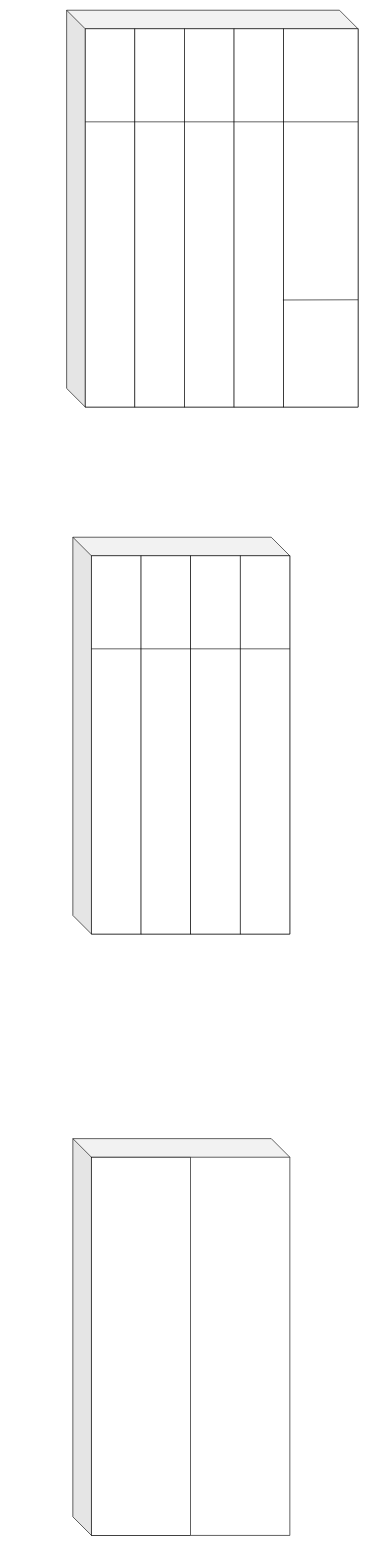
The draw.io diagram 162806-robe.drawio in gurenGithub/ddd, before the edit. Source tidied: cells renumbered, new cells numbered last; positions are measured from the earlier drawing's top-left corner, leaving out a move shared by most shapes. Both pictures are drawn from the tidied source at 62%, with x=0, y=0 at pixel (66, 10).
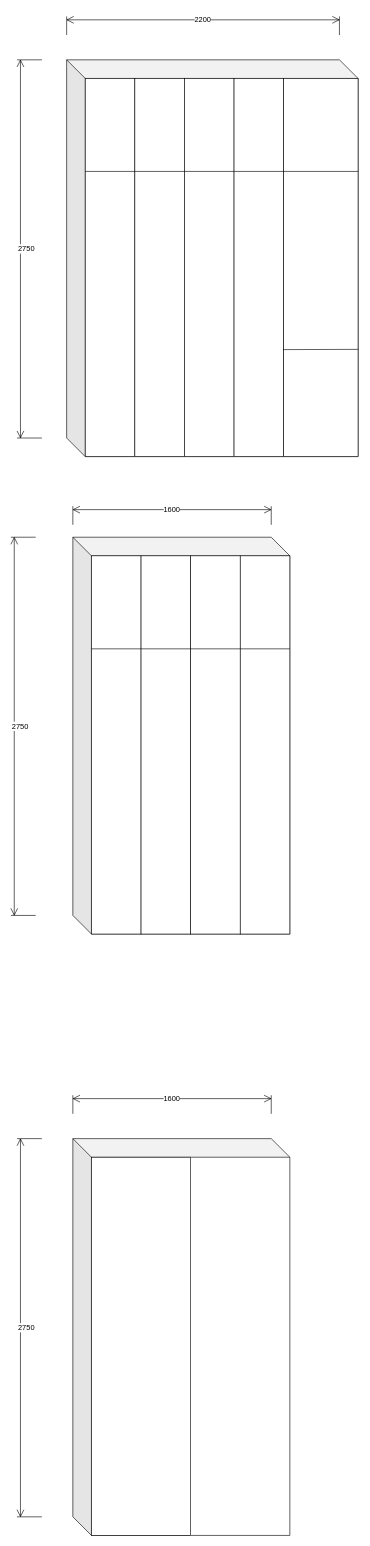
The same page after the edit.

Change to the diagram source:
```diff
@@
     <mxCell id="2" style="shape=cube;whiteSpace=wrap;html=1;boundedLbl=1;backgroundOutline=1;darkOpacity=0.05;darkOpacity2=0.1;size=30;" parent="1" vertex="1">
-      <mxGeometry width="470" height="640" as="geometry" />
+      <mxGeometry y="80" width="470" height="640" as="geometry" />
     </mxCell>
     <mxCell id="3" style="rounded=0;whiteSpace=wrap;html=1;" parent="1" vertex="1">
-      <mxGeometry x="30" y="30" width="80" height="610" as="geometry" />
+      <mxGeometry x="30" y="110" width="80" height="610" as="geometry" />
     </mxCell>
     <mxCell id="4" style="rounded=0;whiteSpace=wrap;html=1;" parent="1" vertex="1">
-      <mxGeometry x="110" y="30" width="80" height="610" as="geometry" />
+      <mxGeometry x="110" y="110" width="80" height="610" as="geometry" />
     </mxCell>
     <mxCell id="5" style="rounded=0;whiteSpace=wrap;html=1;" parent="1" vertex="1">
-      <mxGeometry x="190" y="30" width="80" height="610" as="geometry" />
+      <mxGeometry x="190" y="110" width="80" height="610" as="geometry" />
     </mxCell>
     <mxCell id="6" style="rounded=0;whiteSpace=wrap;html=1;" parent="1" vertex="1">
-      <mxGeometry x="270" y="30" width="80" height="610" as="geometry" />
+      <mxGeometry x="270" y="110" width="80" height="610" as="geometry" />
     </mxCell>
     <mxCell id="7" style="rounded=0;whiteSpace=wrap;html=1;" parent="1" vertex="1">
-      <mxGeometry x="350" y="30" width="120" height="610" as="geometry" />
+      <mxGeometry x="350" y="110" width="120" height="610" as="geometry" />
     </mxCell>
     <mxCell id="8" style="endArrow=none;html=1;" parent="1" edge="1">
       <mxGeometry relative="1" as="geometry">
-        <mxPoint x="30" y="180" as="sourcePoint" />
-        <mxPoint x="470" y="180" as="targetPoint" />
+        <mxPoint x="30" y="260" as="sourcePoint" />
+        <mxPoint x="470" y="260" as="targetPoint" />
       </mxGeometry>
     </mxCell>
     <mxCell id="9" style="endArrow=none;html=1;exitX=-0.01;exitY=0.717;exitDx=0;exitDy=0;exitPerimeter=0;" parent="1" edge="1" source="7">
       <mxGeometry relative="1" as="geometry">
-        <mxPoint x="470" y="467" as="targetPoint" />
+        <mxPoint x="470" y="547" as="targetPoint" />
       </mxGeometry>
     </mxCell>
@@
+    <mxCell id="18" value="2200" style="shape=dimension;direction=west;whiteSpace=wrap;html=1;align=center;verticalAlign=top;spacingTop=-8;labelBackgroundColor=#ffffff;" parent="1" vertex="1">
+      <mxGeometry y="10" width="440" height="30" as="geometry" />
+    </mxCell>
+    <mxCell id="19" value="2750" style="shape=dimension;direction=south;whiteSpace=wrap;html=1;align=left;verticalAlign=middle;labelBackgroundColor=#ffffff;" parent="1" vertex="1">
+      <mxGeometry x="-80" y="80" width="40" height="610" as="geometry" />
+    </mxCell>
+    <mxCell id="20" value="2750" style="shape=dimension;direction=south;whiteSpace=wrap;html=1;align=left;verticalAlign=middle;labelBackgroundColor=#ffffff;" parent="1" vertex="1">
+      <mxGeometry x="-90" y="850" width="40" height="610" as="geometry" />
+    </mxCell>
+    <mxCell id="21" value="1600" style="shape=dimension;direction=west;whiteSpace=wrap;html=1;align=center;verticalAlign=top;spacingTop=-8;labelBackgroundColor=#ffffff;" parent="1" vertex="1">
+      <mxGeometry x="10" y="800" width="320" height="30" as="geometry" />
+    </mxCell>
+    <mxCell id="22" value="2750" style="shape=dimension;direction=south;whiteSpace=wrap;html=1;align=left;verticalAlign=middle;labelBackgroundColor=#ffffff;" parent="1" vertex="1">
+      <mxGeometry x="-80" y="1820" width="40" height="610" as="geometry" />
+    </mxCell>
+    <mxCell id="23" value="1600" style="shape=dimension;direction=west;whiteSpace=wrap;html=1;align=center;verticalAlign=top;spacingTop=-8;labelBackgroundColor=#ffffff;" parent="1" vertex="1">
+      <mxGeometry x="10" y="1750" width="320" height="30" as="geometry" />
+    </mxCell>
```
